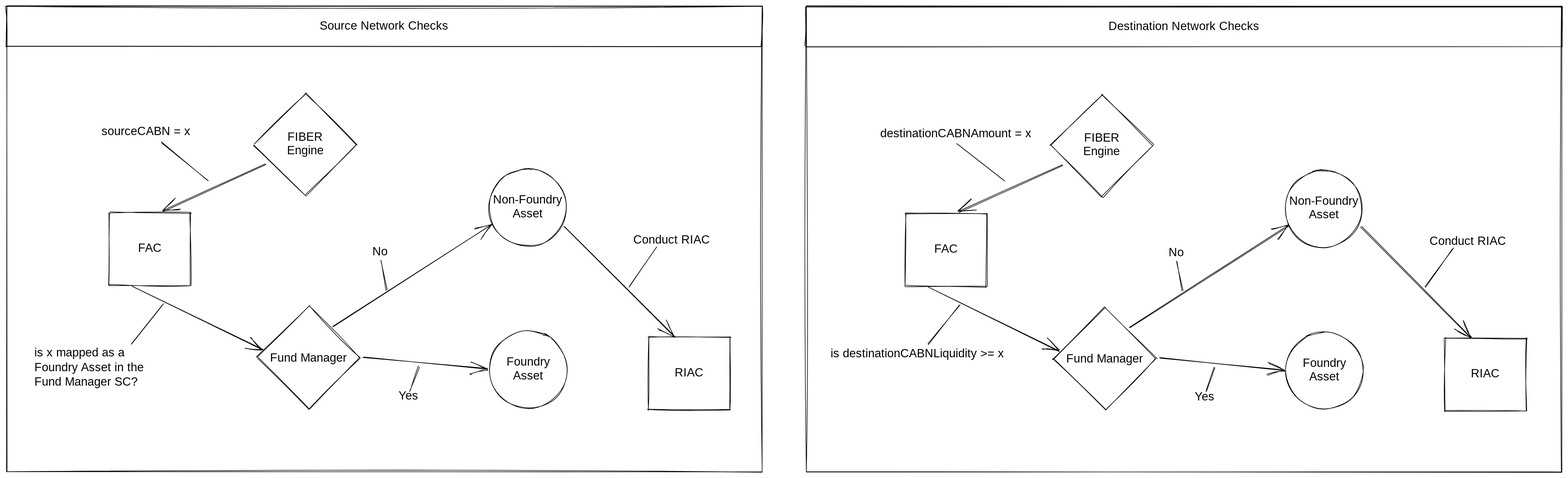
This is .gitbook/assets/file.drawing (1).svg from ferrumnet/ferrum-network-multiSwap-and-bridge-architecture, a Excalidraw export, as it was before one commit. Source tidied: one line per element, renumbered; positions are measured from the earlier drawing's top-left corner, leaving out a move shared by most shapes.
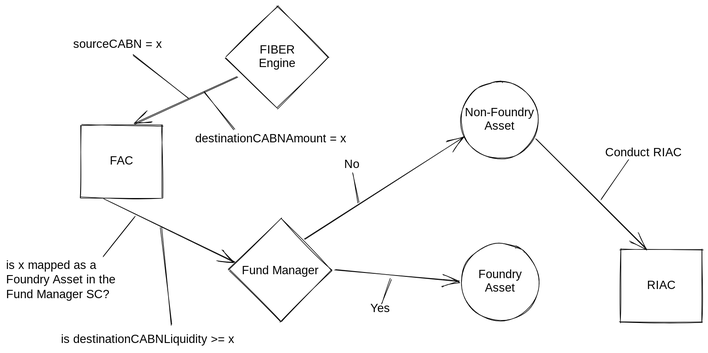
The same diagram one commit later.

Commit message:
GitBook: [#112] No subject

What changed in the source:
```diff
@@ -1,36 +1,3 @@
-{"id": 0, "type": "rectangle", "strokeColor": "#000000", "strokeWidth": 1, "roughness": 1, "x": 1354, "y": 2, "width": 1280, "height": 68}
-{"id": 1, "type": "text", "text": "Destination Network Checks", "strokeColor": "#000000", "strokeWidth": 1, "roughness": 1, "fontSize": 20, "fontFamily": 1, "textAlign": "center", "inside": 0, "x": 1359, "y": 23, "width": 1270, "height": 25}
-{"id": 2, "type": "rectangle", "strokeColor": "#000000", "strokeWidth": 1, "roughness": 1, "x": 1355, "y": 0, "width": 1279, "height": 788}
-{"id": 3, "type": "diamond", "strokeColor": "#000000", "strokeWidth": 1, "roughness": 1, "x": 1768, "y": 149, "width": 174, "height": 174}
-{"id": 4, "type": "diamond", "strokeColor": "#000000", "strokeWidth": 1, "roughness": 1, "x": 1773, "y": 510, "width": 174, "height": 174}
-{"id": 5, "type": "text", "text": "FIBER\nEngine", "strokeColor": "#000000", "strokeWidth": 1, "roughness": 1, "fontSize": 20, "fontFamily": 1, "textAlign": "center", "verticalAlign": "middle", "inside": 3, "x": 1773, "y": 213, "width": 164, "height": 46}
-{"id": 6, "type": "text", "text": "Fund Manager", "strokeColor": "#000000", "strokeWidth": 1, "roughness": 1, "fontSize": 20, "fontFamily": 1, "textAlign": "center", "verticalAlign": "middle", "inside": 4, "x": 1778, "y": 586, "width": 164, "height": 25}
-{"id": 7, "type": "rectangle", "strokeColor": "#000000", "strokeWidth": 1, "roughness": 1, "x": 1522, "y": 351, "width": 138, "height": 124}
-{"id": 8, "type": "rectangle", "strokeColor": "#000000", "strokeWidth": 1, "roughness": 1, "x": 2435, "y": 562, "width": 138, "height": 124}
-{"id": 9, "type": "text", "text": "FAC", "strokeColor": "#000000", "strokeWidth": 1, "roughness": 1, "fontSize": 20, "fontFamily": 1, "textAlign": "center", "verticalAlign": "middle", "inside": 7, "x": 1527, "y": 401, "width": 128, "height": 23}
-{"id": 10, "type": "text", "text": "RIAC", "strokeColor": "#000000", "strokeWidth": 1, "roughness": 1, "fontSize": 20, "fontFamily": 1, "textAlign": "center", "verticalAlign": "middle", "inside": 8, "x": 2440, "y": 612, "width": 128, "height": 23}
-{"id": 11, "type": "arrow", "strokeColor": "#000000", "strokeWidth": 1, "roughness": 1, "endArrowhead": "arrow", "from": 3, "to": 7, "x": 1788, "y": 270, "width": 175, "height": 79, "points": [[0, 0], [-175, 79]]}
-{"id": 12, "type": "text", "text": "destinationCABNAmount = x", "strokeColor": "#000000", "strokeWidth": 1, "roughness": 1, "fontSize": 20, "fontFamily": 1, "x": 1480, "y": 205, "width": 275, "height": 25}
-{"id": 13, "type": "line", "strokeColor": "#000000", "strokeWidth": 1, "roughness": 1, "x": 1690, "y": 297, "width": 80, "height": 64, "points": [[0, 0], [-80, -64]]}
-{"id": 14, "type": "arrow", "strokeColor": "#000000", "strokeWidth": 1, "roughness": 1, "endArrowhead": "arrow", "from": 7, "to": 4, "x": 1561, "y": 475, "width": 221, "height": 109, "points": [[0, 0], [221, 109]]}
-{"id": 15, "type": "text", "text": "is destinationCABNLiquidity >= x", "strokeColor": "#000000", "strokeWidth": 1, "roughness": 1, "fontSize": 20, "fontFamily": 1, "x": 1396, "y": 577, "width": 320, "height": 25}
-{"id": 16, "type": "line", "strokeColor": "#000000", "strokeWidth": 1, "roughness": 1, "x": 1614, "y": 506, "width": 54, "height": 67, "points": [[0, 0], [-54, 67]]}
-{"id": 17, "type": "ellipse", "strokeColor": "#000000", "strokeWidth": 1, "roughness": 1, "x": 2165, "y": 277, "width": 131, "height": 131}
-{"id": 18, "type": "ellipse", "strokeColor": "#000000", "strokeWidth": 1, "roughness": 1, "x": 2166, "y": 552, "width": 131, "height": 131}
-{"id": 19, "type": "text", "text": "Non-Foundry\nAsset", "strokeColor": "#000000", "strokeWidth": 1, "roughness": 1, "fontSize": 20, "fontFamily": 1, "textAlign": "center", "verticalAlign": "middle", "inside": 17, "x": 2170, "y": 319, "width": 121, "height": 46}
-{"id": 20, "type": "text", "text": "Foundry\nAsset", "strokeColor": "#000000", "strokeWidth": 1, "roughness": 1, "fontSize": 20, "fontFamily": 1, "textAlign": "center", "verticalAlign": "middle", "inside": 18, "x": 2171, "y": 594, "width": 121, "height": 46}
-{"id": 21, "type": "arrow", "strokeColor": "#000000", "strokeWidth": 1, "roughness": 1, "endArrowhead": "arrow", "from": 4, "to": 18, "x": 1953, "y": 597, "width": 209, "height": 19, "points": [[0, 0], [209, 19]]}
-{"id": 22, "type": "arrow", "strokeColor": "#000000", "strokeWidth": 1, "roughness": 1, "endArrowhead": "arrow", "from": 4, "to": 17, "x": 1902, "y": 544, "width": 269, "height": 172, "points": [[0, 0], [269, -172]]}
-{"id": 23, "type": "text", "text": "Yes", "strokeColor": "#000000", "strokeWidth": 1, "roughness": 1, "fontSize": 20, "fontFamily": 1, "textAlign": "center", "x": 2012, "y": 650, "width": 33, "height": 25}
-{"id": 24, "type": "line", "strokeColor": "#000000", "strokeWidth": 1, "roughness": 1, "x": 2046, "y": 612, "width": 14, "height": 41, "points": [[0, 0], [-14, 41]]}
-{"id": 25, "type": "text", "text": "No", "strokeColor": "#000000", "strokeWidth": 1, "roughness": 1, "fontSize": 20, "fontFamily": 1, "textAlign": "center", "x": 1969, "y": 406, "width": 25, "height": 25}
-{"id": 26, "type": "line", "strokeColor": "#000000", "strokeWidth": 1, "roughness": 1, "x": 1991, "y": 483, "width": 9, "height": 51, "points": [[0, 0], [-9, -51]]}
-{"id": 27, "type": "arrow", "strokeColor": "#000000", "strokeWidth": 1, "roughness": 1, "endArrowhead": "arrow", "from": 17, "to": 8, "x": 2293, "y": 375, "width": 185, "height": 186, "points": [[0, 0], [185, 186]]}
-{"id": 28, "type": "text", "text": "Conduct RIAC", "strokeColor": "#000000", "strokeWidth": 1, "roughness": 1, "fontSize": 20, "fontFamily": 1, "textAlign": "center", "x": 2405, "y": 386, "width": 139, "height": 25}
-{"id": 29, "type": "line", "strokeColor": "#000000", "strokeWidth": 1, "roughness": 1, "x": 2402, "y": 477, "width": 47, "height": 66, "points": [[0, 0], [47, -66]]}
-{"id": 30, "type": "rectangle", "strokeColor": "#000000", "strokeWidth": 1, "roughness": 1, "x": 0, "y": 1, "width": 1280, "height": 68}
-{"id": 31, "type": "text", "text": "Source Network Checks", "strokeColor": "#000000", "strokeWidth": 1, "roughness": 1, "fontSize": 20, "fontFamily": 1, "textAlign": "center", "inside": 30, "x": 5, "y": 22, "width": 1270, "height": 25}
-{"id": 32, "type": "rectangle", "strokeColor": "#000000", "strokeWidth": 1, "roughness": 1, "x": 1, "y": 0, "width": 1279, "height": 788}
 {"id": 33, "type": "diamond", "strokeColor": "#000000", "strokeWidth": 1, "roughness": 1, "x": 419, "y": 148, "width": 174, "height": 174}
 {"id": 34, "type": "diamond", "strokeColor": "#000000", "strokeWidth": 1, "roughness": 1, "x": 425, "y": 509, "width": 174, "height": 174}
 {"id": 35, "type": "text", "text": "FIBER\nEngine", "strokeColor": "#000000", "strokeWidth": 1, "roughness": 1, "fontSize": 20, "fontFamily": 1, "textAlign": "center", "verticalAlign": "middle", "inside": 33, "x": 424, "y": 211, "width": 164, "height": 46}
@@ -41,7 +8,7 @@
 {"id": 40, "type": "text", "text": "RIAC", "strokeColor": "#000000", "strokeWidth": 1, "roughness": 1, "fontSize": 20, "fontFamily": 1, "textAlign": "center", "verticalAlign": "middle", "inside": 38, "x": 1092, "y": 610, "width": 128, "height": 23}
 {"id": 41, "type": "arrow", "strokeColor": "#000000", "strokeWidth": 1, "roughness": 1, "endArrowhead": "arrow", "from": 33, "to": 37, "x": 440, "y": 269, "width": 175, "height": 79, "points": [[0, 0], [-175, 79]]}
 {"id": 42, "type": "text", "text": "sourceCABN = x", "strokeColor": "#000000", "strokeWidth": 1, "roughness": 1, "fontSize": 20, "fontFamily": 1, "x": 162, "y": 201, "width": 161, "height": 25}
-{"id": 43, "type": "line", "strokeColor": "#000000", "strokeWidth": 1, "roughness": 1, "x": 342, "y": 295, "width": 80, "height": 64, "points": [[0, 0], [-80, -64]]}
+{"id": 43, "type": "line", "strokeColor": "#000000", "strokeWidth": 1, "roughness": 1, "x": 357, "y": 304, "width": 95, "height": 72, "points": [[0, 0], [-95, -72]]}
 {"id": 44, "type": "arrow", "strokeColor": "#000000", "strokeWidth": 1, "roughness": 1, "endArrowhead": "arrow", "from": 37, "to": 34, "x": 213, "y": 474, "width": 221, "height": 109, "points": [[0, 0], [221, 109]]}
 {"id": 45, "type": "text", "text": "is x mapped as a\nFoundry Asset in the\nFund Manager SC?", "strokeColor": "#000000", "strokeWidth": 1, "roughness": 1, "fontSize": 20, "fontFamily": 1, "x": 48, "y": 575, "width": 206, "height": 75}
 {"id": 46, "type": "line", "strokeColor": "#000000", "strokeWidth": 1, "roughness": 1, "x": 266, "y": 505, "width": 54, "height": 67, "points": [[0, 0], [-54, 67]]}
@@ -58,3 +25,7 @@
 {"id": 57, "type": "arrow", "strokeColor": "#000000", "strokeWidth": 1, "roughness": 1, "endArrowhead": "arrow", "from": 47, "to": 38, "x": 945, "y": 373, "width": 185, "height": 186, "points": [[0, 0], [185, 186]]}
 {"id": 58, "type": "text", "text": "Conduct RIAC", "strokeColor": "#000000", "strokeWidth": 1, "roughness": 1, "fontSize": 20, "fontFamily": 1, "textAlign": "center", "x": 1057, "y": 384, "width": 139, "height": 25}
 {"id": 59, "type": "line", "strokeColor": "#000000", "strokeWidth": 1, "roughness": 1, "x": 1054, "y": 475, "width": 47, "height": 66, "points": [[0, 0], [47, -66]]}
+{"id": 12, "type": "text", "text": "destinationCABNAmount = x", "strokeColor": "#000000", "strokeWidth": 1, "roughness": 1, "fontSize": 20, "fontFamily": 1, "x": 368, "y": 361, "width": 275, "height": 25}
+{"id": 60, "type": "line", "strokeColor": "#000000", "strokeWidth": 1, "roughness": 1, "x": 433, "y": 358, "width": 51, "height": 64, "points": [[0, 0], [-51, -64]]}
+{"id": 15, "type": "text", "text": "is destinationCABNLiquidity >= x", "strokeColor": "#000000", "strokeWidth": 1, "roughness": 1, "fontSize": 20, "fontFamily": 1, "x": 141, "y": 701, "width": 320, "height": 25}
+{"id": 61, "type": "line", "strokeColor": "#000000", "strokeWidth": 1, "roughness": 1, "x": 327, "y": 688, "width": 18, "height": 166, "points": [[0, 0], [-18, -166]]}
```
